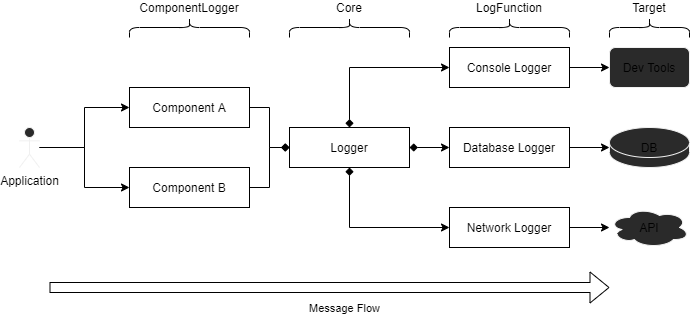
Earlier version of the draw.io export assets/drawio/concept-overview.png (fliegwerk/logsemts). Source tidied: cells renumbered, new cells last; positions are measured from the earlier drawing's top-left corner, leaving out a move shared by most shapes. Its diagram source:
```xml
<mxGraphModel>
  <root>
    <mxCell id="0" />
    <mxCell id="1" parent="0" />
    <mxCell id="2" style="edgeStyle=orthogonalEdgeStyle;rounded=0;jettySize=auto;html=1;endArrow=diamond;endFill=1;" parent="1" edge="1" source="3" target="4">
      <mxGeometry relative="1" as="geometry" />
    </mxCell>
    <mxCell id="3" value="Component A" style="rounded=0;whiteSpace=wrap;html=1;" parent="1" vertex="1">
      <mxGeometry x="110" y="120" width="120" height="40" as="geometry" />
    </mxCell>
    <mxCell id="4" value="Logger" style="rounded=0;whiteSpace=wrap;html=1;" parent="1" vertex="1">
      <mxGeometry x="270" y="160" width="120" height="40" as="geometry" />
    </mxCell>
    <mxCell id="5" style="edgeStyle=orthogonalEdgeStyle;rounded=0;jettySize=auto;html=1;endArrow=diamond;endFill=1;startArrow=classic;startFill=1;" parent="1" edge="1" source="7" target="4">
      <mxGeometry relative="1" as="geometry" />
    </mxCell>
    <mxCell id="6" style="edgeStyle=orthogonalEdgeStyle;rounded=0;jettySize=auto;html=1;startArrow=none;startFill=0;endArrow=classic;endFill=1;" parent="1" edge="1" source="7" target="24">
      <mxGeometry relative="1" as="geometry" />
    </mxCell>
    <mxCell id="7" value="Console Logger" style="rounded=0;whiteSpace=wrap;html=1;" parent="1" vertex="1">
      <mxGeometry x="430" y="80" width="120" height="40" as="geometry" />
    </mxCell>
    <mxCell id="8" style="edgeStyle=orthogonalEdgeStyle;rounded=0;jettySize=auto;html=1;endArrow=diamond;endFill=1;startArrow=classic;startFill=1;" parent="1" edge="1" source="10" target="4">
      <mxGeometry relative="1" as="geometry" />
    </mxCell>
    <mxCell id="9" style="edgeStyle=orthogonalEdgeStyle;rounded=0;jettySize=auto;html=1;startArrow=none;startFill=0;endArrow=classic;endFill=1;" parent="1" edge="1" source="10" target="23">
      <mxGeometry relative="1" as="geometry" />
    </mxCell>
    <mxCell id="10" value="Database Logger" style="rounded=0;whiteSpace=wrap;html=1;" parent="1" vertex="1">
      <mxGeometry x="430" y="160" width="120" height="40" as="geometry" />
    </mxCell>
    <mxCell id="11" style="edgeStyle=orthogonalEdgeStyle;rounded=0;jettySize=auto;html=1;endArrow=diamond;endFill=1;startArrow=classic;startFill=1;" parent="1" edge="1" source="13" target="4">
      <mxGeometry relative="1" as="geometry" />
    </mxCell>
    <mxCell id="12" style="edgeStyle=orthogonalEdgeStyle;rounded=0;jettySize=auto;html=1;startArrow=none;startFill=0;endArrow=classic;endFill=1;" parent="1" edge="1" source="13" target="22">
      <mxGeometry relative="1" as="geometry" />
    </mxCell>
    <mxCell id="13" value="Network Logger" style="rounded=0;whiteSpace=wrap;html=1;" parent="1" vertex="1">
      <mxGeometry x="430" y="240" width="120" height="40" as="geometry" />
    </mxCell>
    <mxCell id="14" value="Core" style="shape=curlyBracket;whiteSpace=wrap;html=1;rounded=1;rotation=90;size=0.5;verticalAlign=middle;spacingTop=0;horizontal=0;spacingBottom=40;" parent="1" vertex="1">
      <mxGeometry x="320" width="20" height="120" as="geometry" />
    </mxCell>
    <mxCell id="15" value="LogFunction" style="shape=curlyBracket;whiteSpace=wrap;html=1;rounded=1;rotation=90;size=0.5;verticalAlign=middle;spacingTop=0;horizontal=0;spacingBottom=40;" parent="1" vertex="1">
      <mxGeometry x="480" width="20" height="120" as="geometry" />
    </mxCell>
    <mxCell id="16" value="ComponentLogger" style="shape=curlyBracket;whiteSpace=wrap;html=1;rounded=1;rotation=90;size=0.5;verticalAlign=middle;spacingTop=0;horizontal=0;spacingBottom=40;" parent="1" vertex="1">
      <mxGeometry x="160" width="20" height="120" as="geometry" />
    </mxCell>
    <mxCell id="17" style="edgeStyle=orthogonalEdgeStyle;rounded=0;jettySize=auto;html=1;endArrow=diamond;endFill=1;" parent="1" edge="1" source="18" target="4">
      <mxGeometry relative="1" as="geometry" />
    </mxCell>
    <mxCell id="18" value="Component B" style="rounded=0;whiteSpace=wrap;html=1;" parent="1" vertex="1">
      <mxGeometry x="110" y="200" width="120" height="40" as="geometry" />
    </mxCell>
    <mxCell id="19" style="edgeStyle=orthogonalEdgeStyle;rounded=0;jettySize=auto;html=1;endArrow=classic;endFill=1;" parent="1" edge="1" source="21" target="3">
      <mxGeometry relative="1" as="geometry" />
    </mxCell>
    <mxCell id="20" style="edgeStyle=orthogonalEdgeStyle;rounded=0;jettySize=auto;html=1;endArrow=classic;endFill=1;" parent="1" edge="1" source="21" target="18">
      <mxGeometry relative="1" as="geometry" />
    </mxCell>
    <mxCell id="21" value="Application" style="shape=umlActor;verticalLabelPosition=bottom;verticalAlign=top;html=1;outlineConnect=0;strokeColor=#f0f0f0;fillColor=#2a2a2a;" parent="1" vertex="1">
      <mxGeometry y="160" width="20" height="40" as="geometry" />
    </mxCell>
    <mxCell id="22" value="API" style="ellipse;shape=cloud;whiteSpace=wrap;html=1;strokeColor=#f0f0f0;fillColor=#2a2a2a;" parent="1" vertex="1">
      <mxGeometry x="590" y="240" width="80" height="40" as="geometry" />
    </mxCell>
    <mxCell id="23" value="DB" style="shape=cylinder2;whiteSpace=wrap;html=1;boundedLbl=1;backgroundOutline=1;size=15;strokeColor=#f0f0f0;fillColor=#2a2a2a;" parent="1" vertex="1">
      <mxGeometry x="590" y="160" width="80" height="40" as="geometry" />
    </mxCell>
    <mxCell id="24" value="Dev Tools" style="rounded=1;whiteSpace=wrap;html=1;strokeColor=#f0f0f0;fillColor=#2a2a2a;" parent="1" vertex="1">
      <mxGeometry x="590" y="80" width="80" height="40" as="geometry" />
    </mxCell>
    <mxCell id="25" value="Target" style="shape=curlyBracket;whiteSpace=wrap;html=1;rounded=1;rotation=90;size=0.5;verticalAlign=middle;spacingTop=0;horizontal=0;spacingBottom=40;" parent="1" vertex="1">
      <mxGeometry x="620" y="20" width="20" height="80" as="geometry" />
    </mxCell>
    <mxCell id="26" style="shape=flexArrow;endArrow=classic;html=1;" parent="1" edge="1">
      <mxGeometry relative="1" as="geometry">
        <mxPoint x="30" y="320" as="sourcePoint" />
        <mxPoint x="590" y="320" as="targetPoint" />
      </mxGeometry>
    </mxCell>
    <mxCell id="27" value="Message Flow" style="edgeLabel;html=1;align=center;verticalAlign=middle;fontSize=11;spacingTop=4;spacingBottom=4;spacingRight=4;spacingLeft=4;spacing=4;" parent="26" vertex="1">
      <mxGeometry x="-0.12" y="-2" relative="1" as="geometry">
        <mxPoint x="47.3" y="18" as="offset" />
      </mxGeometry>
    </mxCell>
  </root>
</mxGraphModel>
```
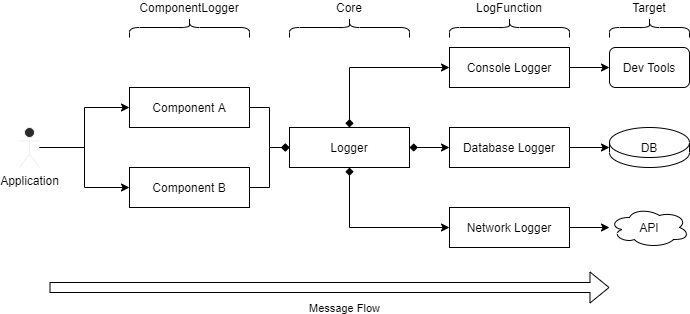
After the change.

Change to the diagram source:
```diff
@@ -62,13 +62,13 @@
     <mxCell id="21" value="Application" style="shape=umlActor;verticalLabelPosition=bottom;verticalAlign=top;html=1;outlineConnect=0;strokeColor=#f0f0f0;fillColor=#2a2a2a;" parent="1" vertex="1">
       <mxGeometry y="160" width="20" height="40" as="geometry" />
     </mxCell>
-    <mxCell id="22" value="API" style="ellipse;shape=cloud;whiteSpace=wrap;html=1;strokeColor=#f0f0f0;fillColor=#2a2a2a;" parent="1" vertex="1">
+    <mxCell id="22" value="API" style="ellipse;shape=cloud;whiteSpace=wrap;html=1;fillColor=none;" parent="1" vertex="1">
       <mxGeometry x="590" y="240" width="80" height="40" as="geometry" />
     </mxCell>
-    <mxCell id="23" value="DB" style="shape=cylinder2;whiteSpace=wrap;html=1;boundedLbl=1;backgroundOutline=1;size=15;strokeColor=#f0f0f0;fillColor=#2a2a2a;" parent="1" vertex="1">
+    <mxCell id="23" value="DB" style="shape=cylinder2;whiteSpace=wrap;html=1;boundedLbl=1;backgroundOutline=1;size=15;fillColor=none;" parent="1" vertex="1">
       <mxGeometry x="590" y="160" width="80" height="40" as="geometry" />
     </mxCell>
-    <mxCell id="24" value="Dev Tools" style="rounded=1;whiteSpace=wrap;html=1;strokeColor=#f0f0f0;fillColor=#2a2a2a;" parent="1" vertex="1">
+    <mxCell id="24" value="Dev Tools" style="rounded=1;whiteSpace=wrap;html=1;fillColor=none;" parent="1" vertex="1">
       <mxGeometry x="590" y="80" width="80" height="40" as="geometry" />
     </mxCell>
     <mxCell id="25" value="Target" style="shape=curlyBracket;whiteSpace=wrap;html=1;rounded=1;rotation=90;size=0.5;verticalAlign=middle;spacingTop=0;horizontal=0;spacingBottom=40;" parent="1" vertex="1">
```
